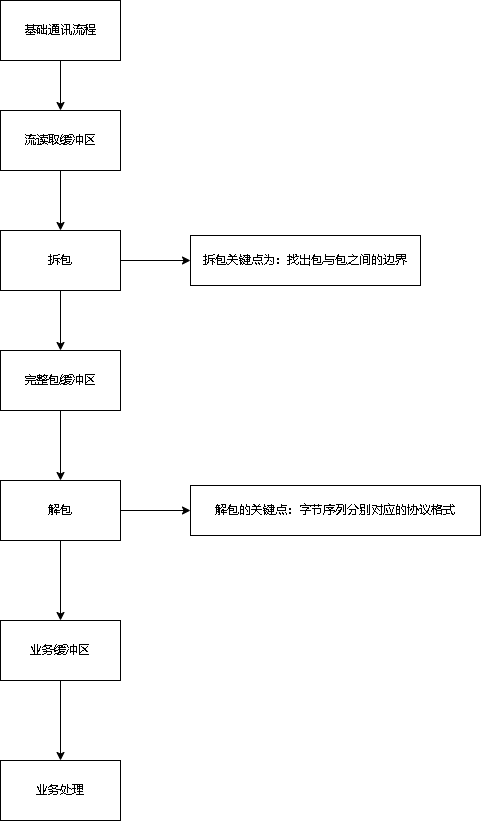
xktder/draw keeps this draw.io diagram as cgo8_通讯设计.drawio.png. Above is the earlier version. Source tidied: cells renumbered, new cells last; positions are measured from the earlier drawing's top-left corner, leaving out a move shared by most shapes.
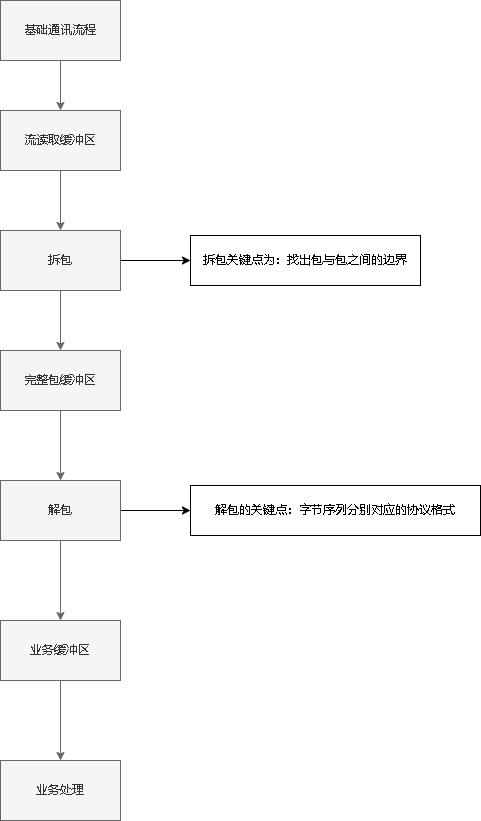
Above is the later version.

Commit message:
更新cgo8_通讯设计.drawio.png

Change to the diagram source:
```diff
@@ -2,52 +2,52 @@
   <root>
     <mxCell id="0" />
     <mxCell id="1" parent="0" />
-    <mxCell id="2" style="edgeStyle=orthogonalEdgeStyle;rounded=0;jettySize=auto;html=1;" parent="1" edge="1" source="3" target="5">
+    <mxCell id="2" style="edgeStyle=orthogonalEdgeStyle;rounded=0;jettySize=auto;html=1;fillColor=#f5f5f5;strokeColor=#666666;" parent="1" edge="1" source="3" target="5">
       <mxGeometry relative="1" as="geometry" />
     </mxCell>
-    <mxCell id="3" value="基础通讯流程" style="rounded=0;whiteSpace=wrap;html=1;" parent="1" vertex="1">
+    <mxCell id="3" value="基础通讯流程" style="rounded=0;whiteSpace=wrap;html=1;fillColor=#f5f5f5;fontColor=#333333;strokeColor=#666666;" parent="1" vertex="1">
       <mxGeometry width="120" height="60" as="geometry" />
     </mxCell>
-    <mxCell id="4" style="edgeStyle=orthogonalEdgeStyle;rounded=0;jettySize=auto;html=1;" parent="1" edge="1" source="5" target="8">
+    <mxCell id="4" style="edgeStyle=orthogonalEdgeStyle;rounded=0;jettySize=auto;html=1;fillColor=#f5f5f5;strokeColor=#666666;" parent="1" edge="1" source="5" target="8">
       <mxGeometry relative="1" as="geometry" />
     </mxCell>
-    <mxCell id="5" value="流读取缓冲区" style="whiteSpace=wrap;html=1;rounded=0;" parent="1" vertex="1">
+    <mxCell id="5" value="流读取缓冲区" style="whiteSpace=wrap;html=1;rounded=0;fillColor=#f5f5f5;fontColor=#333333;strokeColor=#666666;" parent="1" vertex="1">
       <mxGeometry y="110" width="120" height="60" as="geometry" />
     </mxCell>
-    <mxCell id="6" style="edgeStyle=orthogonalEdgeStyle;rounded=0;jettySize=auto;html=1;" parent="1" edge="1" source="8" target="10">
+    <mxCell id="6" style="edgeStyle=orthogonalEdgeStyle;rounded=0;jettySize=auto;html=1;fillColor=#f5f5f5;strokeColor=#666666;" parent="1" edge="1" source="8" target="10">
       <mxGeometry relative="1" as="geometry" />
     </mxCell>
     <mxCell id="7" style="edgeStyle=orthogonalEdgeStyle;rounded=0;jettySize=auto;html=1;" parent="1" edge="1" source="8" target="14">
       <mxGeometry relative="1" as="geometry" />
     </mxCell>
-    <mxCell id="8" value="拆包" style="whiteSpace=wrap;html=1;rounded=0;" parent="1" vertex="1">
+    <mxCell id="8" value="拆包" style="whiteSpace=wrap;html=1;rounded=0;fillColor=#f5f5f5;fontColor=#333333;strokeColor=#666666;" parent="1" vertex="1">
       <mxGeometry y="230" width="120" height="60" as="geometry" />
     </mxCell>
-    <mxCell id="9" style="edgeStyle=orthogonalEdgeStyle;rounded=0;jettySize=auto;html=1;" parent="1" edge="1" source="10" target="13">
+    <mxCell id="9" style="edgeStyle=orthogonalEdgeStyle;rounded=0;jettySize=auto;html=1;fillColor=#f5f5f5;strokeColor=#666666;" parent="1" edge="1" source="10" target="13">
       <mxGeometry relative="1" as="geometry" />
     </mxCell>
-    <mxCell id="10" value="完整包缓冲区" style="whiteSpace=wrap;html=1;rounded=0;" parent="1" vertex="1">
+    <mxCell id="10" value="完整包缓冲区" style="whiteSpace=wrap;html=1;rounded=0;fillColor=#f5f5f5;fontColor=#333333;strokeColor=#666666;" parent="1" vertex="1">
       <mxGeometry y="350" width="120" height="60" as="geometry" />
     </mxCell>
-    <mxCell id="11" style="edgeStyle=orthogonalEdgeStyle;rounded=0;jettySize=auto;html=1;" parent="1" edge="1" source="13" target="16">
+    <mxCell id="11" style="edgeStyle=orthogonalEdgeStyle;rounded=0;jettySize=auto;html=1;fillColor=#f5f5f5;strokeColor=#666666;" parent="1" edge="1" source="13" target="16">
       <mxGeometry relative="1" as="geometry" />
     </mxCell>
     <mxCell id="12" style="edgeStyle=orthogonalEdgeStyle;rounded=0;jettySize=auto;html=1;" parent="1" edge="1" source="13" target="18">
       <mxGeometry relative="1" as="geometry" />
     </mxCell>
-    <mxCell id="13" value="解包" style="whiteSpace=wrap;html=1;rounded=0;" parent="1" vertex="1">
+    <mxCell id="13" value="解包" style="whiteSpace=wrap;html=1;rounded=0;fillColor=#f5f5f5;fontColor=#333333;strokeColor=#666666;" parent="1" vertex="1">
       <mxGeometry y="480" width="120" height="60" as="geometry" />
     </mxCell>
     <mxCell id="14" value="拆包关键点为：找出包与包之间的边界" style="whiteSpace=wrap;html=1;rounded=0;" parent="1" vertex="1">
       <mxGeometry x="190" y="235" width="230" height="50" as="geometry" />
     </mxCell>
-    <mxCell id="15" style="edgeStyle=orthogonalEdgeStyle;rounded=0;jettySize=auto;html=1;" parent="1" edge="1" source="16" target="17">
+    <mxCell id="15" style="edgeStyle=orthogonalEdgeStyle;rounded=0;jettySize=auto;html=1;fillColor=#f5f5f5;strokeColor=#666666;" parent="1" edge="1" source="16" target="17">
       <mxGeometry relative="1" as="geometry" />
     </mxCell>
-    <mxCell id="16" value="业务缓冲区" style="whiteSpace=wrap;html=1;rounded=0;" parent="1" vertex="1">
+    <mxCell id="16" value="业务缓冲区" style="whiteSpace=wrap;html=1;rounded=0;fillColor=#f5f5f5;fontColor=#333333;strokeColor=#666666;" parent="1" vertex="1">
       <mxGeometry y="620" width="120" height="60" as="geometry" />
     </mxCell>
-    <mxCell id="17" value="业务处理" style="whiteSpace=wrap;html=1;rounded=0;" parent="1" vertex="1">
+    <mxCell id="17" value="业务处理" style="whiteSpace=wrap;html=1;rounded=0;fillColor=#f5f5f5;fontColor=#333333;strokeColor=#666666;" parent="1" vertex="1">
       <mxGeometry y="760" width="120" height="60" as="geometry" />
     </mxCell>
     <mxCell id="18" value="解包的关键点：字节序列分别对应的协议格式" style="whiteSpace=wrap;html=1;rounded=0;" parent="1" vertex="1">
```
